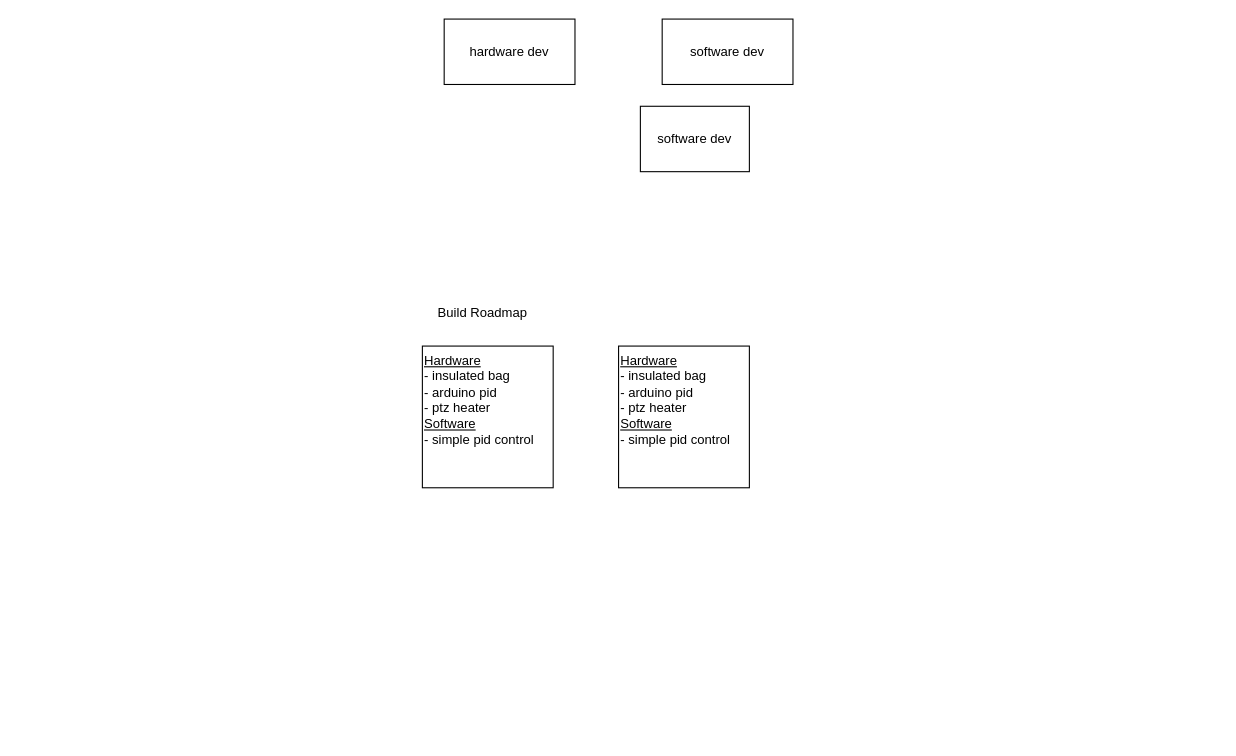
Earlier version of the draw.io diagram page "pcb_layout" (2 of 2) of diagrams.drawio (domenicbusa/breadProofer). Source tidied: cells renumbered, new cells numbered last; positions are measured from the earlier drawing's top-left corner, leaving out a move shared by most shapes. Both pictures are drawn from the tidied source at 109%, with x=0, y=0 at pixel (422, 19).
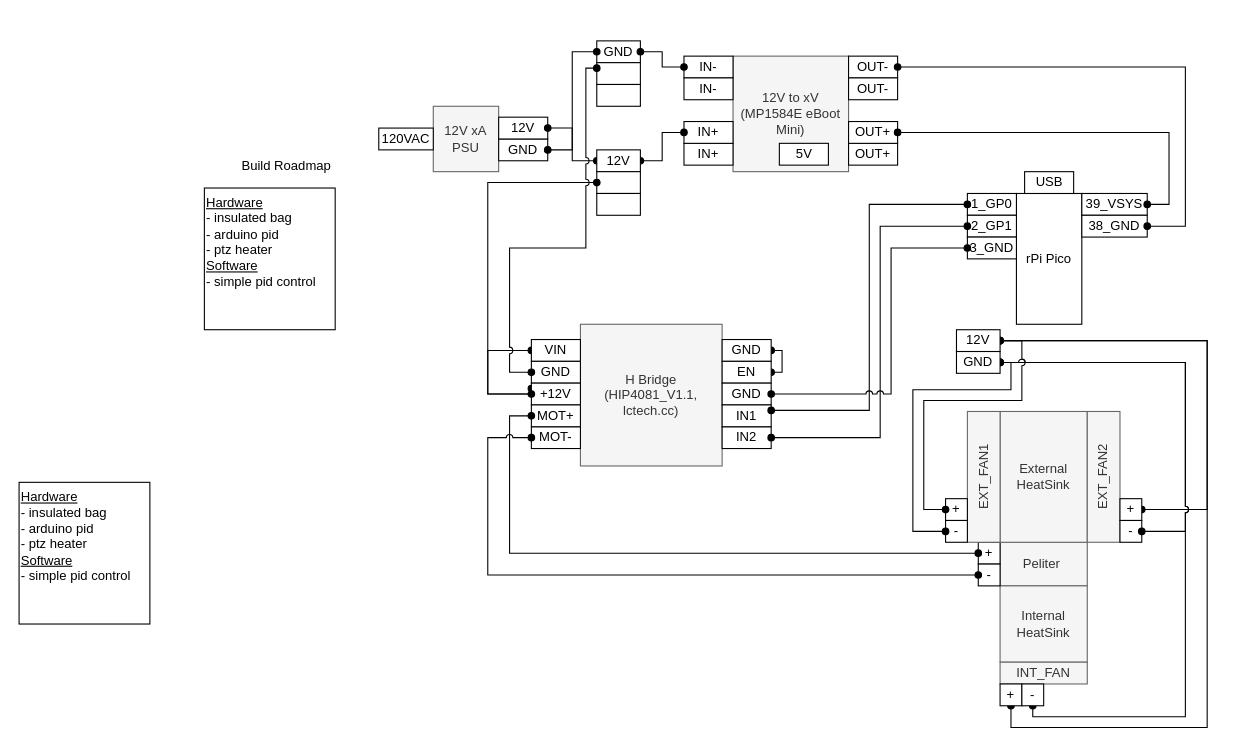
Above is the later version.

What changed in the source:
```diff
@@
-    <mxCell id="2" value="hardware dev" style="rounded=0;whiteSpace=wrap;html=1;" parent="1" vertex="1">
-      <mxGeometry x="20" width="120" height="60" as="geometry" />
-    </mxCell>
-    <mxCell id="3" value="software dev" style="rounded=0;whiteSpace=wrap;html=1;" parent="1" vertex="1">
-      <mxGeometry x="220" width="120" height="60" as="geometry" />
-    </mxCell>
-    <mxCell id="4" value="software dev" style="rounded=0;whiteSpace=wrap;html=1;" parent="1" vertex="1">
-      <mxGeometry x="200" y="80" width="100" height="60" as="geometry" />
-    </mxCell>
     <mxCell id="5" value="&lt;u&gt;Hardware&lt;br&gt;&lt;/u&gt;- insulated bag&lt;br&gt;- arduino pid&lt;br&gt;- ptz heater&lt;br&gt;&lt;u&gt;Software&lt;/u&gt;&lt;br&gt;- simple pid control" style="rounded=0;whiteSpace=wrap;html=1;align=left;verticalAlign=top;" parent="1" vertex="1">
-      <mxGeometry y="300" width="120" height="130" as="geometry" />
+      <mxGeometry x="-200" y="155" width="120" height="130" as="geometry" />
     </mxCell>
     <mxCell id="6" value="Build Roadmap" style="text;html=1;align=center;verticalAlign=middle;strokeColor=none;fillColor=none;" parent="1" vertex="1">
-      <mxGeometry y="255" width="110" height="30" as="geometry" />
+      <mxGeometry x="-180" y="120" width="110" height="30" as="geometry" />
     </mxCell>
     <mxCell id="7" value="&lt;u&gt;Hardware&lt;br&gt;&lt;/u&gt;- insulated bag&lt;br&gt;- arduino pid&lt;br&gt;- ptz heater&lt;br&gt;&lt;u&gt;Software&lt;/u&gt;&lt;br&gt;- simple pid control" style="rounded=0;whiteSpace=wrap;html=1;align=left;verticalAlign=top;" parent="1" vertex="1">
-      <mxGeometry x="180" y="300" width="120" height="130" as="geometry" />
+      <mxGeometry x="-370" y="425" width="120" height="130" as="geometry" />
     </mxCell>
+    <mxCell id="8" style="group;" parent="1" vertex="1">
+      <mxGeometry x="100" y="280" width="220" height="130" as="geometry" />
+    </mxCell>
+    <mxCell id="9" value="H Bridge&lt;br&gt;(HIP4081_V1.1, lctech.cc)" style="whiteSpace=wrap;html=1;fillColor=#f5f5f5;fontColor=#333333;strokeColor=#666666;" parent="8" vertex="1">
+      <mxGeometry x="45" width="130" height="130" as="geometry" />
+    </mxCell>
+    <mxCell id="10" style="edgeStyle=orthogonalEdgeStyle;rounded=0;jumpStyle=arc;jettySize=auto;html=1;exitX=0;exitY=0.5;exitDx=0;exitDy=0;entryX=0;entryY=0.25;entryDx=0;entryDy=0;startArrow=oval;startFill=1;endArrow=oval;endFill=1;" parent="8" edge="1" source="11" target="13">
+      <mxGeometry relative="1" as="geometry">
+        <Array as="points">
+          <mxPoint x="-40" y="24" />
+          <mxPoint x="-40" y="64" />
+          <mxPoint y="64" />
+        </Array>
+      </mxGeometry>
+    </mxCell>
+    <mxCell id="11" value="VIN" style="rounded=0;whiteSpace=wrap;html=1;" parent="8" vertex="1">
+      <mxGeometry y="14" width="45" height="20" as="geometry" />
+    </mxCell>
+    <mxCell id="12" value="GND" style="rounded=0;whiteSpace=wrap;html=1;" parent="8" vertex="1">
+      <mxGeometry y="34" width="45" height="20" as="geometry" />
+    </mxCell>
+    <mxCell id="13" value="+12V" style="rounded=0;whiteSpace=wrap;html=1;" parent="8" vertex="1">
+      <mxGeometry y="54" width="45" height="20" as="geometry" />
+    </mxCell>
+    <mxCell id="14" value="MOT-" style="rounded=0;whiteSpace=wrap;html=1;" parent="8" vertex="1">
+      <mxGeometry y="94" width="45" height="20" as="geometry" />
+    </mxCell>
+    <mxCell id="15" value="MOT+" style="rounded=0;whiteSpace=wrap;html=1;" parent="8" vertex="1">
+      <mxGeometry y="74" width="45" height="20" as="geometry" />
+    </mxCell>
+    <mxCell id="16" style="edgeStyle=orthogonalEdgeStyle;rounded=0;jettySize=auto;html=1;exitX=1;exitY=0.5;exitDx=0;exitDy=0;entryX=1;entryY=0.5;entryDx=0;entryDy=0;endArrow=oval;endFill=1;startArrow=oval;startFill=1;" parent="8" edge="1" source="17" target="18">
+      <mxGeometry relative="1" as="geometry">
+        <Array as="points">
+          <mxPoint x="230" y="24" />
+          <mxPoint x="230" y="44" />
+        </Array>
+      </mxGeometry>
+    </mxCell>
+    <mxCell id="17" value="GND" style="rounded=0;whiteSpace=wrap;html=1;" parent="8" vertex="1">
+      <mxGeometry x="175" y="14" width="45" height="20" as="geometry" />
+    </mxCell>
+    <mxCell id="18" value="EN" style="rounded=0;whiteSpace=wrap;html=1;" parent="8" vertex="1">
+      <mxGeometry x="175" y="34" width="45" height="20" as="geometry" />
+    </mxCell>
+    <mxCell id="19" value="GND" style="rounded=0;whiteSpace=wrap;html=1;" parent="8" vertex="1">
+      <mxGeometry x="175" y="54" width="45" height="20" as="geometry" />
+    </mxCell>
+    <mxCell id="20" value="IN2" style="rounded=0;whiteSpace=wrap;html=1;" parent="8" vertex="1">
+      <mxGeometry x="175" y="94" width="45" height="20" as="geometry" />
+    </mxCell>
+    <mxCell id="21" value="IN1" style="rounded=0;whiteSpace=wrap;html=1;" parent="8" vertex="1">
+      <mxGeometry x="175" y="74" width="45" height="20" as="geometry" />
+    </mxCell>
+    <mxCell id="22" style="group;" parent="1" vertex="1">
+      <mxGeometry x="240" y="20" width="220" height="130" as="geometry" />
+    </mxCell>
+    <mxCell id="23" value="12V to xV&lt;br&gt;(MP1584E eBoot Mini)" style="whiteSpace=wrap;html=1;fillColor=#f5f5f5;fontColor=#333333;strokeColor=#666666;" parent="22" vertex="1">
+      <mxGeometry x="45" y="14" width="106" height="106" as="geometry" />
+    </mxCell>
+    <mxCell id="24" value="IN-" style="rounded=0;whiteSpace=wrap;html=1;" parent="22" vertex="1">
+      <mxGeometry y="14" width="45" height="20" as="geometry" />
+    </mxCell>
+    <mxCell id="25" value="IN-" style="rounded=0;whiteSpace=wrap;html=1;" parent="22" vertex="1">
+      <mxGeometry y="34" width="45" height="20" as="geometry" />
+    </mxCell>
+    <mxCell id="26" value="IN+" style="rounded=0;whiteSpace=wrap;html=1;" parent="22" vertex="1">
+      <mxGeometry y="94" width="45" height="20" as="geometry" />
+    </mxCell>
+    <mxCell id="27" value="IN+" style="rounded=0;whiteSpace=wrap;html=1;" parent="22" vertex="1">
+      <mxGeometry y="74" width="45" height="20" as="geometry" />
+    </mxCell>
+    <mxCell id="28" value="OUT-" style="rounded=0;whiteSpace=wrap;html=1;" parent="22" vertex="1">
+      <mxGeometry x="151" y="14" width="45" height="20" as="geometry" />
+    </mxCell>
+    <mxCell id="29" value="OUT-" style="rounded=0;whiteSpace=wrap;html=1;" parent="22" vertex="1">
+      <mxGeometry x="151" y="34" width="45" height="20" as="geometry" />
+    </mxCell>
+    <mxCell id="30" value="OUT+" style="rounded=0;whiteSpace=wrap;html=1;" parent="22" vertex="1">
+      <mxGeometry x="151" y="94" width="45" height="20" as="geometry" />
+    </mxCell>
+    <mxCell id="31" value="OUT+" style="rounded=0;whiteSpace=wrap;html=1;" parent="22" vertex="1">
+      <mxGeometry x="151" y="74" width="45" height="20" as="geometry" />
+    </mxCell>
+    <mxCell id="32" value="5V" style="rounded=0;whiteSpace=wrap;html=1;" parent="22" vertex="1">
+      <mxGeometry x="87.5" y="94" width="45" height="20" as="geometry" />
+    </mxCell>
+    <mxCell id="33" value="Peliter&amp;nbsp;" style="rounded=0;whiteSpace=wrap;html=1;fillColor=#f5f5f5;fontColor=#333333;strokeColor=#666666;" parent="1" vertex="1">
+      <mxGeometry x="530" y="480" width="80" height="40" as="geometry" />
+    </mxCell>
+    <mxCell id="34" value="+" style="rounded=0;whiteSpace=wrap;html=1;" parent="1" vertex="1">
+      <mxGeometry x="510" y="480" width="20" height="20" as="geometry" />
+    </mxCell>
+    <mxCell id="35" value="External HeatSink" style="rounded=0;whiteSpace=wrap;html=1;fillColor=#f5f5f5;fontColor=#333333;strokeColor=#666666;" parent="1" vertex="1">
+      <mxGeometry x="530" y="360" width="80" height="120" as="geometry" />
+    </mxCell>
+    <mxCell id="36" value="EXT_FAN1" style="rounded=0;whiteSpace=wrap;html=1;horizontal=0;fillColor=#f5f5f5;fontColor=#333333;strokeColor=#666666;" parent="1" vertex="1">
+      <mxGeometry x="500" y="360" width="30" height="120" as="geometry" />
+    </mxCell>
+    <mxCell id="37" value="EXT_FAN2" style="rounded=0;whiteSpace=wrap;html=1;horizontal=0;fillColor=#f5f5f5;fontColor=#333333;strokeColor=#666666;" parent="1" vertex="1">
+      <mxGeometry x="610" y="360" width="30" height="120" as="geometry" />
+    </mxCell>
+    <mxCell id="38" value="Internal HeatSink" style="rounded=0;whiteSpace=wrap;html=1;fillColor=#f5f5f5;fontColor=#333333;strokeColor=#666666;" parent="1" vertex="1">
+      <mxGeometry x="530" y="520" width="80" height="70" as="geometry" />
+    </mxCell>
+    <mxCell id="39" value="INT_FAN" style="rounded=0;whiteSpace=wrap;html=1;horizontal=1;fillColor=#f5f5f5;fontColor=#333333;strokeColor=#666666;" parent="1" vertex="1">
+      <mxGeometry x="530" y="590" width="80" height="20" as="geometry" />
+    </mxCell>
+    <mxCell id="40" value="-" style="rounded=0;whiteSpace=wrap;html=1;" parent="1" vertex="1">
+      <mxGeometry x="510" y="500" width="20" height="20" as="geometry" />
+    </mxCell>
+    <mxCell id="41" style="group;" parent="1" vertex="1">
+      <mxGeometry x="480" y="440" width="20" height="40" as="geometry" />
+    </mxCell>
+    <mxCell id="42" value="+" style="rounded=0;whiteSpace=wrap;html=1;" parent="41" vertex="1">
+      <mxGeometry width="20" height="20" as="geometry" />
+    </mxCell>
+    <mxCell id="43" value="-" style="rounded=0;whiteSpace=wrap;html=1;" parent="41" vertex="1">
+      <mxGeometry y="20" width="20" height="20" as="geometry" />
+    </mxCell>
+    <mxCell id="44" style="edgeStyle=orthogonalEdgeStyle;rounded=0;jumpStyle=arc;jettySize=auto;html=1;exitX=1;exitY=0.5;exitDx=0;exitDy=0;entryX=1;entryY=0.5;entryDx=0;entryDy=0;startArrow=oval;startFill=1;endArrow=oval;endFill=1;" parent="1" edge="1" source="45" target="85">
+      <mxGeometry relative="1" as="geometry">
+        <Array as="points">
+          <mxPoint x="720" y="450" />
+          <mxPoint x="720" y="295" />
+        </Array>
+      </mxGeometry>
+    </mxCell>
+    <mxCell id="45" value="+" style="rounded=0;whiteSpace=wrap;html=1;" parent="1" vertex="1">
+      <mxGeometry x="640" y="440" width="20" height="20" as="geometry" />
+    </mxCell>
+    <mxCell id="46" value="-" style="rounded=0;whiteSpace=wrap;html=1;" parent="1" vertex="1">
+      <mxGeometry x="640" y="460" width="20" height="20" as="geometry" />
+    </mxCell>
+    <mxCell id="47" style="edgeStyle=orthogonalEdgeStyle;rounded=0;jumpStyle=arc;jettySize=auto;html=1;exitX=0.5;exitY=1;exitDx=0;exitDy=0;startArrow=oval;startFill=1;endArrow=oval;endFill=1;entryX=1;entryY=0.5;entryDx=0;entryDy=0;" parent="1" edge="1" source="48" target="85">
+      <mxGeometry relative="1" as="geometry">
+        <Array as="points">
+          <mxPoint x="540" y="650" />
+          <mxPoint x="720" y="650" />
+          <mxPoint x="720" y="295" />
+        </Array>
+      </mxGeometry>
+    </mxCell>
+    <mxCell id="48" value="+" style="rounded=0;whiteSpace=wrap;html=1;" parent="1" vertex="1">
+      <mxGeometry x="530" y="610" width="20" height="20" as="geometry" />
+    </mxCell>
+    <mxCell id="49" style="edgeStyle=orthogonalEdgeStyle;rounded=0;jumpStyle=arc;jettySize=auto;html=1;exitX=0.5;exitY=1;exitDx=0;exitDy=0;startArrow=oval;startFill=1;endArrow=oval;endFill=1;entryX=1;entryY=0.5;entryDx=0;entryDy=0;" parent="1" edge="1" source="50" target="88">
+      <mxGeometry relative="1" as="geometry">
+        <Array as="points">
+          <mxPoint x="560" y="640" />
+          <mxPoint x="700" y="640" />
+          <mxPoint x="700" y="315" />
+        </Array>
+      </mxGeometry>
+    </mxCell>
+    <mxCell id="50" value="-" style="rounded=0;whiteSpace=wrap;html=1;" parent="1" vertex="1">
+      <mxGeometry x="550" y="610" width="20" height="20" as="geometry" />
+    </mxCell>
+    <mxCell id="51" style="group;" parent="1" vertex="1">
+      <mxGeometry x="-40" y="80" width="155" height="60" as="geometry" />
+    </mxCell>
+    <mxCell id="4" value="12V xA PSU" style="rounded=0;whiteSpace=wrap;html=1;fillColor=#f5f5f5;fontColor=#333333;strokeColor=#666666;" parent="51" vertex="1">
+      <mxGeometry x="50" width="60" height="60" as="geometry" />
+    </mxCell>
+    <mxCell id="52" value="GND" style="rounded=0;whiteSpace=wrap;html=1;" parent="51" vertex="1">
+      <mxGeometry x="110" y="30" width="45" height="20" as="geometry" />
+    </mxCell>
+    <mxCell id="53" value="12V" style="rounded=0;whiteSpace=wrap;html=1;" parent="51" vertex="1">
+      <mxGeometry x="110" y="10" width="45" height="20" as="geometry" />
+    </mxCell>
+    <mxCell id="54" value="120VAC" style="rounded=0;whiteSpace=wrap;html=1;" parent="51" vertex="1">
+      <mxGeometry y="20" width="50" height="20" as="geometry" />
+    </mxCell>
+    <mxCell id="55" style="edgeStyle=orthogonalEdgeStyle;rounded=0;jettySize=auto;html=1;exitX=1;exitY=0.5;exitDx=0;exitDy=0;entryX=0;entryY=0.5;entryDx=0;entryDy=0;startArrow=oval;startFill=1;endArrow=oval;endFill=1;jumpStyle=arc;" parent="1" edge="1" source="58" target="27">
+      <mxGeometry relative="1" as="geometry" />
+    </mxCell>
+    <mxCell id="56" style="edgeStyle=orthogonalEdgeStyle;rounded=0;jettySize=auto;html=1;exitX=1;exitY=0.5;exitDx=0;exitDy=0;entryX=0;entryY=0.5;entryDx=0;entryDy=0;startArrow=oval;startFill=1;endArrow=oval;endFill=1;jumpStyle=arc;" parent="1" edge="1" source="53" target="58">
+      <mxGeometry relative="1" as="geometry" />
+    </mxCell>
+    <mxCell id="57" style="group;" parent="1" vertex="1">
+      <mxGeometry x="160" y="120" width="40" height="60" as="geometry" />
+    </mxCell>
+    <mxCell id="58" value="12V" style="rounded=0;whiteSpace=wrap;html=1;" parent="57" vertex="1">
+      <mxGeometry width="40" height="20" as="geometry" />
+    </mxCell>
+    <mxCell id="59" style="rounded=0;whiteSpace=wrap;html=1;" parent="57" vertex="1">
+      <mxGeometry y="20" width="40" height="20" as="geometry" />
+    </mxCell>
+    <mxCell id="60" style="rounded=0;whiteSpace=wrap;html=1;" parent="57" vertex="1">
+      <mxGeometry y="40" width="40" height="20" as="geometry" />
+    </mxCell>
+    <mxCell id="61" style="group;" parent="1" vertex="1">
+      <mxGeometry x="160" y="20" width="40" height="60" as="geometry" />
+    </mxCell>
+    <mxCell id="62" value="GND" style="rounded=0;whiteSpace=wrap;html=1;" parent="61" vertex="1">
+      <mxGeometry width="40" height="20" as="geometry" />
+    </mxCell>
+    <mxCell id="63" style="rounded=0;whiteSpace=wrap;html=1;" parent="61" vertex="1">
+      <mxGeometry y="20" width="40" height="20" as="geometry" />
+    </mxCell>
+    <mxCell id="64" style="rounded=0;whiteSpace=wrap;html=1;" parent="61" vertex="1">
+      <mxGeometry y="40" width="40" height="20" as="geometry" />
+    </mxCell>
+    <mxCell id="65" style="edgeStyle=orthogonalEdgeStyle;rounded=0;jettySize=auto;html=1;exitX=1;exitY=0.5;exitDx=0;exitDy=0;entryX=0;entryY=0.5;entryDx=0;entryDy=0;startArrow=oval;startFill=1;endArrow=oval;endFill=1;jumpStyle=arc;" parent="1" edge="1" source="52" target="62">
+      <mxGeometry relative="1" as="geometry" />
+    </mxCell>
+    <mxCell id="66" style="edgeStyle=orthogonalEdgeStyle;rounded=0;jettySize=auto;html=1;exitX=1;exitY=0.5;exitDx=0;exitDy=0;entryX=0;entryY=0.5;entryDx=0;entryDy=0;startArrow=oval;startFill=1;endArrow=oval;endFill=1;jumpStyle=arc;" parent="1" edge="1" source="62" target="24">
+      <mxGeometry relative="1" as="geometry" />
+    </mxCell>
+    <mxCell id="67" style="group;" parent="1" vertex="1">
+      <mxGeometry x="500" y="140" width="165" height="140" as="geometry" />
+    </mxCell>
+    <mxCell id="68" value="rPi Pico" style="rounded=0;whiteSpace=wrap;html=1;" parent="67" vertex="1">
+      <mxGeometry x="45" y="20" width="60" height="120" as="geometry" />
+    </mxCell>
+    <mxCell id="69" value="1_GP0" style="rounded=0;whiteSpace=wrap;html=1;" parent="67" vertex="1">
+      <mxGeometry y="20" width="45" height="20" as="geometry" />
+    </mxCell>
+    <mxCell id="70" value="2_GP1" style="rounded=0;whiteSpace=wrap;html=1;" parent="67" vertex="1">
+      <mxGeometry y="40" width="45" height="20" as="geometry" />
+    </mxCell>
+    <mxCell id="71" value="USB" style="rounded=0;whiteSpace=wrap;html=1;" parent="67" vertex="1">
+      <mxGeometry x="52.5" width="45" height="20" as="geometry" />
+    </mxCell>
+    <mxCell id="72" value="39_VSYS" style="rounded=0;whiteSpace=wrap;html=1;" parent="67" vertex="1">
+      <mxGeometry x="105" y="20" width="60" height="20" as="geometry" />
+    </mxCell>
+    <mxCell id="73" value="38_GND" style="rounded=0;whiteSpace=wrap;html=1;" parent="67" vertex="1">
+      <mxGeometry x="105" y="40" width="60" height="20" as="geometry" />
+    </mxCell>
+    <mxCell id="74" value="3_GND" style="rounded=0;whiteSpace=wrap;html=1;" parent="67" vertex="1">
+      <mxGeometry y="60" width="45" height="20" as="geometry" />
+    </mxCell>
+    <mxCell id="75" style="edgeStyle=orthogonalEdgeStyle;rounded=0;jumpStyle=arc;jettySize=auto;html=1;exitX=1;exitY=0.5;exitDx=0;exitDy=0;entryX=1;entryY=0.5;entryDx=0;entryDy=0;startArrow=oval;startFill=1;endArrow=oval;endFill=1;" parent="1" edge="1" source="31" target="72">
+      <mxGeometry relative="1" as="geometry" />
+    </mxCell>
+    <mxCell id="76" style="edgeStyle=orthogonalEdgeStyle;rounded=0;jumpStyle=arc;jettySize=auto;html=1;exitX=1;exitY=0.5;exitDx=0;exitDy=0;entryX=1;entryY=0.5;entryDx=0;entryDy=0;startArrow=oval;startFill=1;endArrow=oval;endFill=1;" parent="1" edge="1" source="28" target="73">
+      <mxGeometry relative="1" as="geometry">
+        <Array as="points">
+          <mxPoint x="700" y="44" />
+          <mxPoint x="700" y="190" />
+        </Array>
+      </mxGeometry>
+    </mxCell>
+    <mxCell id="77" style="edgeStyle=orthogonalEdgeStyle;rounded=0;jumpStyle=arc;jettySize=auto;html=1;exitX=0;exitY=0.5;exitDx=0;exitDy=0;entryX=1;entryY=0.25;entryDx=0;entryDy=0;startArrow=oval;startFill=1;endArrow=oval;endFill=1;" parent="1" edge="1" source="69" target="21">
+      <mxGeometry relative="1" as="geometry" />
+    </mxCell>
+    <mxCell id="78" style="edgeStyle=orthogonalEdgeStyle;rounded=0;jumpStyle=arc;jettySize=auto;html=1;exitX=0;exitY=0.5;exitDx=0;exitDy=0;entryX=1;entryY=0.5;entryDx=0;entryDy=0;startArrow=oval;startFill=1;endArrow=oval;endFill=1;" parent="1" edge="1" source="70" target="20">
+      <mxGeometry relative="1" as="geometry">
+        <Array as="points">
+          <mxPoint x="420" y="190" />
+          <mxPoint x="420" y="384" />
+        </Array>
+      </mxGeometry>
+    </mxCell>
+    <mxCell id="79" style="edgeStyle=orthogonalEdgeStyle;rounded=0;jumpStyle=arc;jettySize=auto;html=1;exitX=0;exitY=0.5;exitDx=0;exitDy=0;entryX=1;entryY=0.5;entryDx=0;entryDy=0;startArrow=oval;startFill=1;endArrow=oval;endFill=1;" parent="1" edge="1" source="74" target="19">
+      <mxGeometry relative="1" as="geometry">
+        <Array as="points">
+          <mxPoint x="430" y="210" />
+          <mxPoint x="430" y="344" />
+        </Array>
+      </mxGeometry>
+    </mxCell>
+    <mxCell id="80" style="edgeStyle=orthogonalEdgeStyle;rounded=0;jumpStyle=arc;jettySize=auto;html=1;exitX=0;exitY=0.5;exitDx=0;exitDy=0;entryX=0;entryY=0.5;entryDx=0;entryDy=0;startArrow=oval;startFill=1;endArrow=oval;endFill=1;" parent="1" edge="1" source="15" target="34">
+      <mxGeometry relative="1" as="geometry" />
+    </mxCell>
+    <mxCell id="81" style="edgeStyle=orthogonalEdgeStyle;rounded=0;jumpStyle=arc;jettySize=auto;html=1;exitX=0;exitY=0.5;exitDx=0;exitDy=0;entryX=0;entryY=0.5;entryDx=0;entryDy=0;startArrow=oval;startFill=1;endArrow=oval;endFill=1;" parent="1" edge="1" source="14" target="40">
+      <mxGeometry relative="1" as="geometry">
+        <Array as="points">
+          <mxPoint x="60" y="384" />
+          <mxPoint x="60" y="510" />
+        </Array>
+      </mxGeometry>
+    </mxCell>
+    <mxCell id="82" style="edgeStyle=orthogonalEdgeStyle;rounded=0;jumpStyle=arc;jettySize=auto;html=1;exitX=0;exitY=0.5;exitDx=0;exitDy=0;entryX=0;entryY=0.5;entryDx=0;entryDy=0;startArrow=oval;startFill=1;endArrow=oval;endFill=1;" parent="1" edge="1" source="59" target="13">
+      <mxGeometry relative="1" as="geometry">
+        <Array as="points">
+          <mxPoint x="60" y="150" />
+          <mxPoint x="60" y="344" />
+        </Array>
+      </mxGeometry>
+    </mxCell>
+    <mxCell id="83" style="edgeStyle=orthogonalEdgeStyle;rounded=0;jumpStyle=arc;jettySize=auto;html=1;exitX=0;exitY=0.25;exitDx=0;exitDy=0;entryX=0;entryY=0.5;entryDx=0;entryDy=0;startArrow=oval;startFill=1;endArrow=oval;endFill=1;" parent="1" edge="1" source="63" target="12">
+      <mxGeometry relative="1" as="geometry">
+        <Array as="points">
+          <mxPoint x="150" y="45" />
+          <mxPoint x="150" y="210" />
+          <mxPoint x="80" y="210" />
+          <mxPoint x="80" y="324" />
+        </Array>
+      </mxGeometry>
+    </mxCell>
+    <mxCell id="84" style="edgeStyle=orthogonalEdgeStyle;rounded=0;jumpStyle=arc;jettySize=auto;html=1;exitX=1;exitY=0.5;exitDx=0;exitDy=0;entryX=0;entryY=0.5;entryDx=0;entryDy=0;startArrow=oval;startFill=1;endArrow=oval;endFill=1;" parent="1" edge="1" source="85" target="42">
+      <mxGeometry relative="1" as="geometry">
+        <Array as="points">
+          <mxPoint x="550" y="295" />
+          <mxPoint x="550" y="350" />
+          <mxPoint x="460" y="350" />
+          <mxPoint x="460" y="450" />
+        </Array>
+      </mxGeometry>
+    </mxCell>
+    <mxCell id="85" value="12V" style="rounded=0;whiteSpace=wrap;html=1;" parent="1" vertex="1">
+      <mxGeometry x="490" y="285" width="40" height="20" as="geometry" />
+    </mxCell>
+    <mxCell id="86" style="edgeStyle=orthogonalEdgeStyle;rounded=0;jumpStyle=arc;jettySize=auto;html=1;exitX=1;exitY=0.5;exitDx=0;exitDy=0;entryX=0;entryY=0.5;entryDx=0;entryDy=0;startArrow=oval;startFill=1;endArrow=oval;endFill=1;" parent="1" edge="1" source="88" target="43">
+      <mxGeometry relative="1" as="geometry">
+        <Array as="points">
+          <mxPoint x="540" y="315" />
+          <mxPoint x="540" y="340" />
+          <mxPoint x="450" y="340" />
+          <mxPoint x="450" y="470" />
+        </Array>
+      </mxGeometry>
+    </mxCell>
+    <mxCell id="87" style="edgeStyle=orthogonalEdgeStyle;rounded=0;jumpStyle=arc;jettySize=auto;html=1;exitX=1;exitY=0.5;exitDx=0;exitDy=0;entryX=1;entryY=0.5;entryDx=0;entryDy=0;startArrow=oval;startFill=1;endArrow=oval;endFill=1;" parent="1" edge="1" source="88" target="46">
+      <mxGeometry relative="1" as="geometry">
+        <Array as="points">
+          <mxPoint x="700" y="315" />
+          <mxPoint x="700" y="470" />
+        </Array>
+      </mxGeometry>
+    </mxCell>
+    <mxCell id="88" value="GND" style="rounded=0;whiteSpace=wrap;html=1;" parent="1" vertex="1">
+      <mxGeometry x="490" y="305" width="40" height="20" as="geometry" />
+    </mxCell>
```
